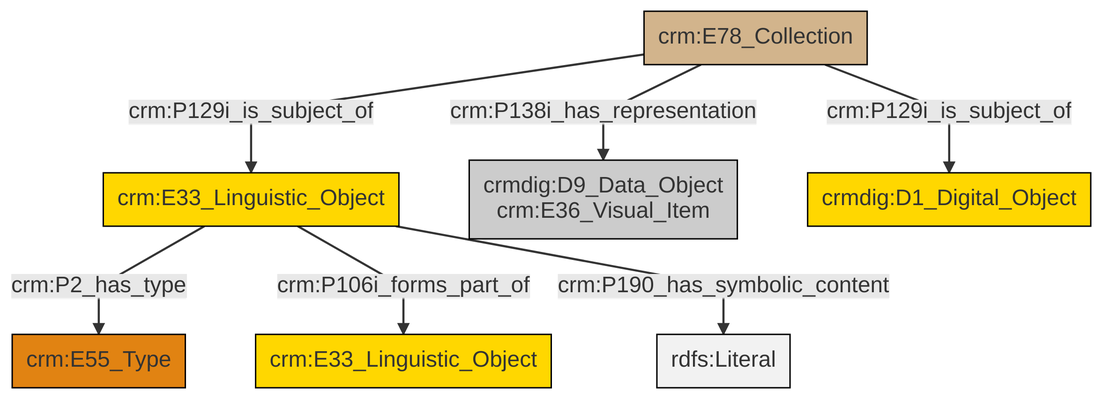
Before: et/archivalCSV/ttl/mmd/png/archival_docs.png, a diagram exported from Mermaid (swiss-art-research-net/docs.swissartresearch). Its source is kept beside it as et/archivalCSV/ttl/mmd/archival_docs.ttl.mmd.
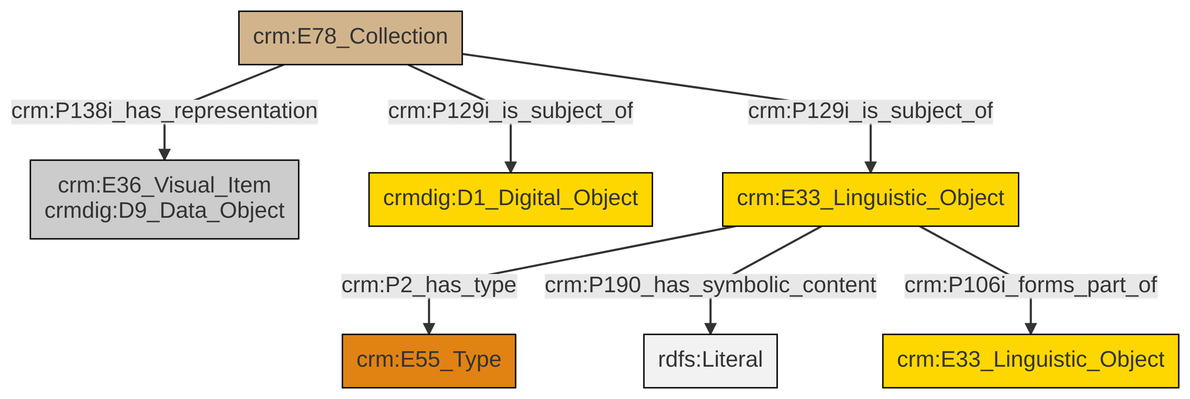
After the change.

What changed in the source:
```diff
@@ -13,9 +13,9 @@
 classDef PC_Classes fill:#4ce600, stroke:#000000;
 classDef Multi fill:#cccccc,stroke:#000000;
 
-0["crm:E33_Linguistic_Object"]:::Conceptual_Object -->|crm:P2_has_type| 1["crm:E55_Type"]:::Type
-7["crm:E78_Collection"]:::Physical_Thing -->|crm:P129i_is_subject_of| 8["crmdig:D1_Digital_Object"]:::Conceptual_Object
-0["crm:E33_Linguistic_Object"]:::Conceptual_Object -->|crm:P106i_forms_part_of| 10["crm:E33_Linguistic_Object"]:::Conceptual_Object
-7["crm:E78_Collection"]:::Physical_Thing -->|crm:P129i_is_subject_of| 0["crm:E33_Linguistic_Object"]:::Conceptual_Object
-7["crm:E78_Collection"]:::Physical_Thing -->|crm:P138i_has_representation| 5["crmdig:D9_Data_Object<br>crm:E36_Visual_Item"]:::Multi
-0["crm:E33_Linguistic_Object"]:::Conceptual_Object -->|crm:P190_has_symbolic_content| 13[rdfs:Literal]:::Literal
+0["crm:E78_Collection"]:::Physical_Thing -->|crm:P138i_has_representation| 1["crm:E36_Visual_Item<br>crmdig:D9_Data_Object"]:::Multi
+0["crm:E78_Collection"]:::Physical_Thing -->|crm:P129i_is_subject_of| 2["crmdig:D1_Digital_Object"]:::Conceptual_Object
+3["crm:E33_Linguistic_Object"]:::Conceptual_Object -->|crm:P2_has_type| 4["crm:E55_Type"]:::Type
+3["crm:E33_Linguistic_Object"]:::Conceptual_Object -->|crm:P190_has_symbolic_content| 7[rdfs:Literal]:::Literal
+3["crm:E33_Linguistic_Object"]:::Conceptual_Object -->|crm:P106i_forms_part_of| 5["crm:E33_Linguistic_Object"]:::Conceptual_Object
+0["crm:E78_Collection"]:::Physical_Thing -->|crm:P129i_is_subject_of| 3["crm:E33_Linguistic_Object"]:::Conceptual_Object
```
